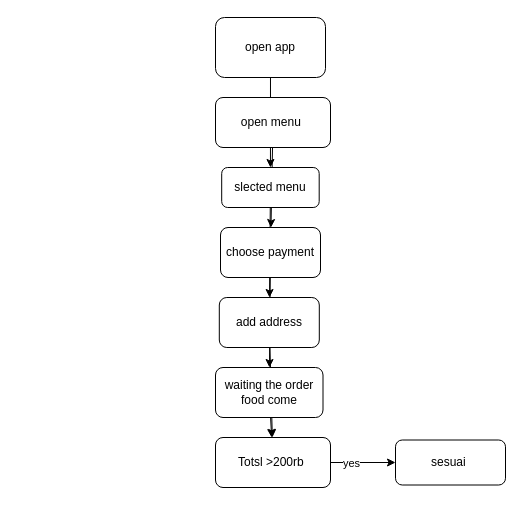
nia148/kirstenbe2679190_prosess-order keeps this draw.io diagram as flowchart.drawio. Above is the earlier version. Source tidied: cells renumbered, new cells numbered last; positions are measured from the earlier drawing's top-left corner, leaving out a move shared by most shapes. Both pictures are drawn from the tidied source at 100%, with x=0, y=0 at pixel (215, 17).
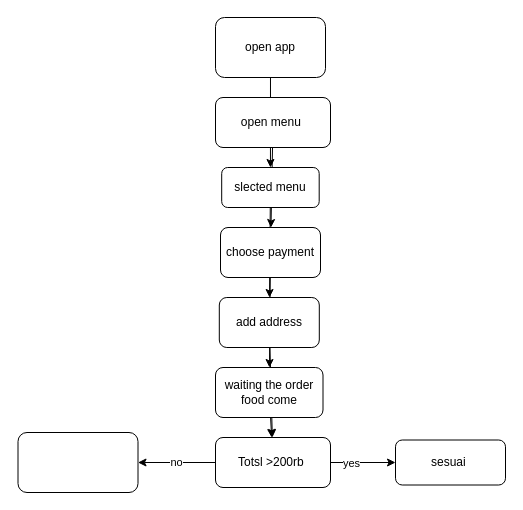
The same page after the edit.

Commit message:
Pengkondisian jika jawab salah

What changed in the source:
```diff
@@
 <mxGraphModel>
   <root>
     <mxCell id="0" />
     <mxCell id="1" parent="0" />
     <mxCell id="2" style="edgeStyle=none;html=1;" parent="1" edge="1" source="3" target="7">
       <mxGeometry relative="1" as="geometry" />
     </mxCell>
     <mxCell id="3" value="open app" style="rounded=1;whiteSpace=wrap;html=1;" parent="1" vertex="1">
       <mxGeometry width="110" height="60" as="geometry" />
     </mxCell>
     <mxCell id="4" style="edgeStyle=none;html=1;" parent="1" edge="1" source="5" target="9">
       <mxGeometry relative="1" as="geometry" />
     </mxCell>
     <mxCell id="5" value="open menu&amp;nbsp;" style="rounded=1;whiteSpace=wrap;html=1;" parent="1" vertex="1">
       <mxGeometry y="80" width="115" height="50" as="geometry" />
     </mxCell>
     <mxCell id="6" style="edgeStyle=none;html=1;" parent="1" edge="1" source="7" target="11">
       <mxGeometry relative="1" as="geometry" />
     </mxCell>
     <mxCell id="7" value="slected menu" style="rounded=1;whiteSpace=wrap;html=1;" parent="1" vertex="1">
       <mxGeometry x="6.2" y="150" width="97.5" height="40" as="geometry" />
     </mxCell>
     <mxCell id="8" style="edgeStyle=none;html=1;" parent="1" edge="1" source="9" target="13">
       <mxGeometry relative="1" as="geometry" />
     </mxCell>
     <mxCell id="9" value="choose payment" style="rounded=1;whiteSpace=wrap;html=1;" parent="1" vertex="1">
       <mxGeometry x="5" y="210" width="100" height="50" as="geometry" />
     </mxCell>
     <mxCell id="10" style="edgeStyle=none;html=1;" parent="1" edge="1" source="11" target="16">
       <mxGeometry relative="1" as="geometry" />
     </mxCell>
     <mxCell id="11" value="add address" style="rounded=1;whiteSpace=wrap;html=1;" parent="1" vertex="1">
       <mxGeometry x="3.8" y="280" width="100" height="50" as="geometry" />
     </mxCell>
     <mxCell id="12" style="edgeStyle=none;html=1;" parent="1" edge="1" source="13" target="16">
       <mxGeometry relative="1" as="geometry" />
     </mxCell>
     <mxCell id="13" value="waiting the order food come" style="rounded=1;whiteSpace=wrap;html=1;" parent="1" vertex="1">
       <mxGeometry y="350" width="107.5" height="50" as="geometry" />
     </mxCell>
     <mxCell id="14" style="edgeStyle=none;html=1;" parent="1" edge="1" source="16" target="17">
       <mxGeometry relative="1" as="geometry" />
     </mxCell>
     <mxCell id="15" value="yes" style="edgeLabel;html=1;align=center;verticalAlign=middle;" parent="14" vertex="1">
       <mxGeometry x="-0.38" relative="1" as="geometry" />
     </mxCell>
+    <mxCell id="18" value="no" style="edgeStyle=none;html=1;" parent="1" edge="1" source="16" target="19">
+      <mxGeometry relative="1" as="geometry" />
+    </mxCell>
     <mxCell id="16" value="Totsl &amp;gt;200rb&amp;nbsp;" style="rounded=1;whiteSpace=wrap;html=1;" parent="1" vertex="1">
       <mxGeometry y="420" width="115" height="50" as="geometry" />
     </mxCell>
     <mxCell id="17" value="sesuai&amp;nbsp;" style="rounded=1;whiteSpace=wrap;html=1;" parent="1" vertex="1">
       <mxGeometry x="180" y="422.5" width="110" height="45" as="geometry" />
     </mxCell>
+    <mxCell id="19" style="whiteSpace=wrap;html=1;rounded=1;" parent="1" vertex="1">
+      <mxGeometry x="-197.5" y="415" width="120" height="60" as="geometry" />
+    </mxCell>
   </root>
 </mxGraphModel>
```
